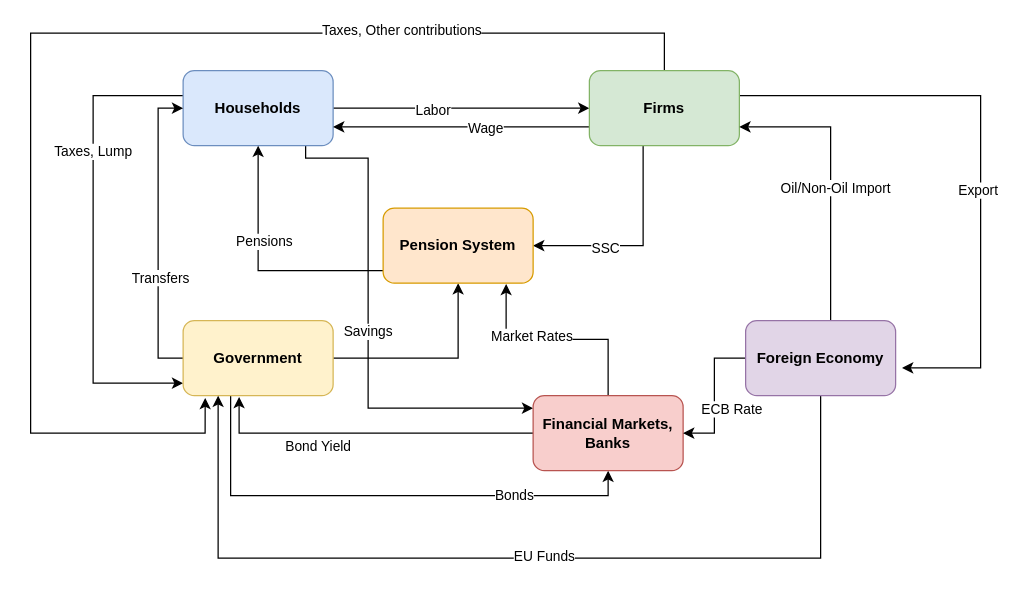
Above: ogre/zakladna_schema.drawio in zuzancek/schemes (draw.io), before the change. Source tidied: cells renumbered, new cells numbered last; positions are measured from the earlier drawing's top-left corner, leaving out a move shared by most shapes. Both pictures are drawn from the tidied source at 125%, with x=0, y=0 at pixel (30, 32).
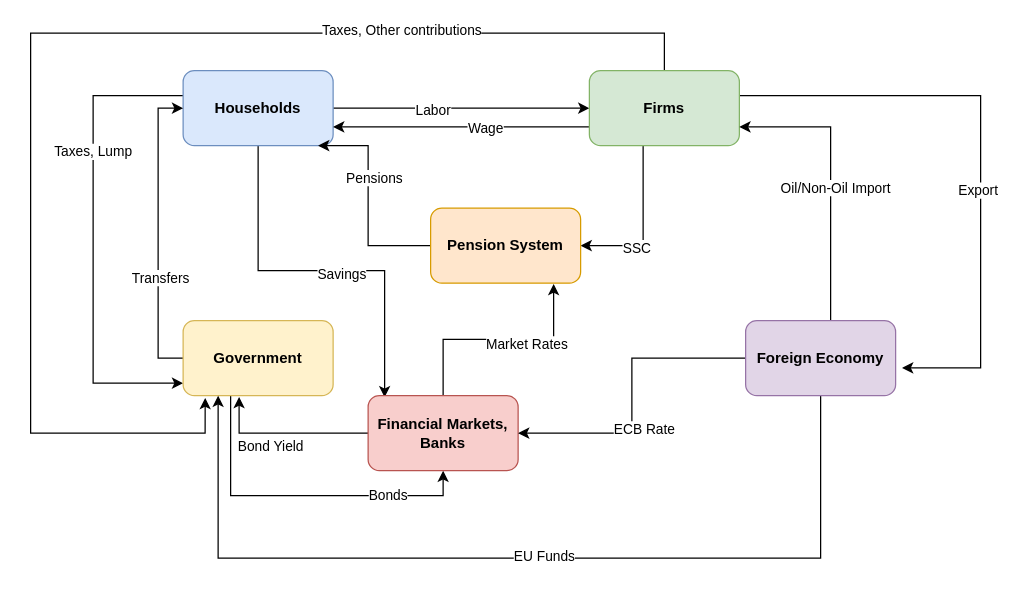
The same diagram, later.

The change refers to these unchanged cells:
```xml
<mxCell id="8" value="Households" style="rounded=1;whiteSpace=wrap;html=1;fillColor=#dae8fc;strokeColor=#6c8ebf;fontStyle=1;" parent="1" vertex="1">
  <mxGeometry x="122" y="30" width="120" height="60" as="geometry" />
</mxCell>
<mxCell id="23" value="Government" style="rounded=1;whiteSpace=wrap;html=1;fillColor=#fff2cc;strokeColor=#d6b656;fontStyle=1;" parent="1" vertex="1">
  <mxGeometry x="122" y="230" width="120" height="60" as="geometry" />
</mxCell>
```

What changed in the source:
```diff
@@
-    <mxCell id="6" style="edgeStyle=orthogonalEdgeStyle;rounded=0;jettySize=auto;html=1;" parent="1" edge="1" source="8" target="28">
-      <mxGeometry relative="1" as="geometry">
-        <Array as="points">
-          <mxPoint x="220" y="100" />
-          <mxPoint x="270" y="100" />
-          <mxPoint x="270" y="300" />
-        </Array>
-      </mxGeometry>
+    <mxCell id="6" style="edgeStyle=orthogonalEdgeStyle;rounded=0;jettySize=auto;html=1;entryX=0.11;entryY=0.023;entryDx=0;entryDy=0;entryPerimeter=0;exitX=0.5;exitY=1;exitDx=0;exitDy=0;" parent="1" edge="1" source="8" target="28">
+      <mxGeometry relative="1" as="geometry" />
     </mxCell>
     <mxCell id="7" value="Savings" style="edgeLabel;html=1;align=center;verticalAlign=middle;" parent="6" vertex="1">
-      <mxGeometry x="0.01" y="-1" relative="1" as="geometry" />
+      <mxGeometry x="0.1" y="-2" relative="1" as="geometry" />
     </mxCell>
@@
-    <mxCell id="18" style="edgeStyle=orthogonalEdgeStyle;rounded=0;jettySize=auto;html=1;" parent="1" edge="1" source="23" target="31">
-      <mxGeometry relative="1" as="geometry" />
-    </mxCell>
@@
     <mxCell id="21" style="edgeStyle=orthogonalEdgeStyle;rounded=0;jettySize=auto;html=1;entryX=0.5;entryY=1;entryDx=0;entryDy=0;" parent="1" edge="1" source="23" target="28">
       <mxGeometry relative="1" as="geometry">
         <Array as="points">
           <mxPoint x="160" y="370" />
-          <mxPoint x="462" y="370" />
+          <mxPoint x="330" y="370" />
         </Array>
       </mxGeometry>
     </mxCell>
@@
     <mxCell id="28" value="Financial Markets, Banks" style="rounded=1;whiteSpace=wrap;html=1;fillColor=#f8cecc;strokeColor=#b85450;fontStyle=1;" parent="1" vertex="1">
-      <mxGeometry x="402" y="290" width="120" height="60" as="geometry" />
+      <mxGeometry x="270" y="290" width="120" height="60" as="geometry" />
     </mxCell>
     <mxCell id="29" style="edgeStyle=orthogonalEdgeStyle;rounded=0;jettySize=auto;html=1;" parent="1" edge="1" source="31">
       <mxGeometry relative="1" as="geometry">
-        <mxPoint x="182" y="90" as="targetPoint" />
+        <mxPoint x="230" y="90" as="targetPoint" />
         <Array as="points">
-          <mxPoint x="182" y="190" />
+          <mxPoint x="270" y="170" />
+          <mxPoint x="270" y="90" />
         </Array>
       </mxGeometry>
     </mxCell>
@@
     <mxCell id="31" value="Pension System" style="rounded=1;whiteSpace=wrap;html=1;fillColor=#ffe6cc;strokeColor=#d79b00;fontStyle=1;" parent="1" vertex="1">
-      <mxGeometry x="282" y="140" width="120" height="60" as="geometry" />
+      <mxGeometry x="320" y="140" width="120" height="60" as="geometry" />
     </mxCell>
```
